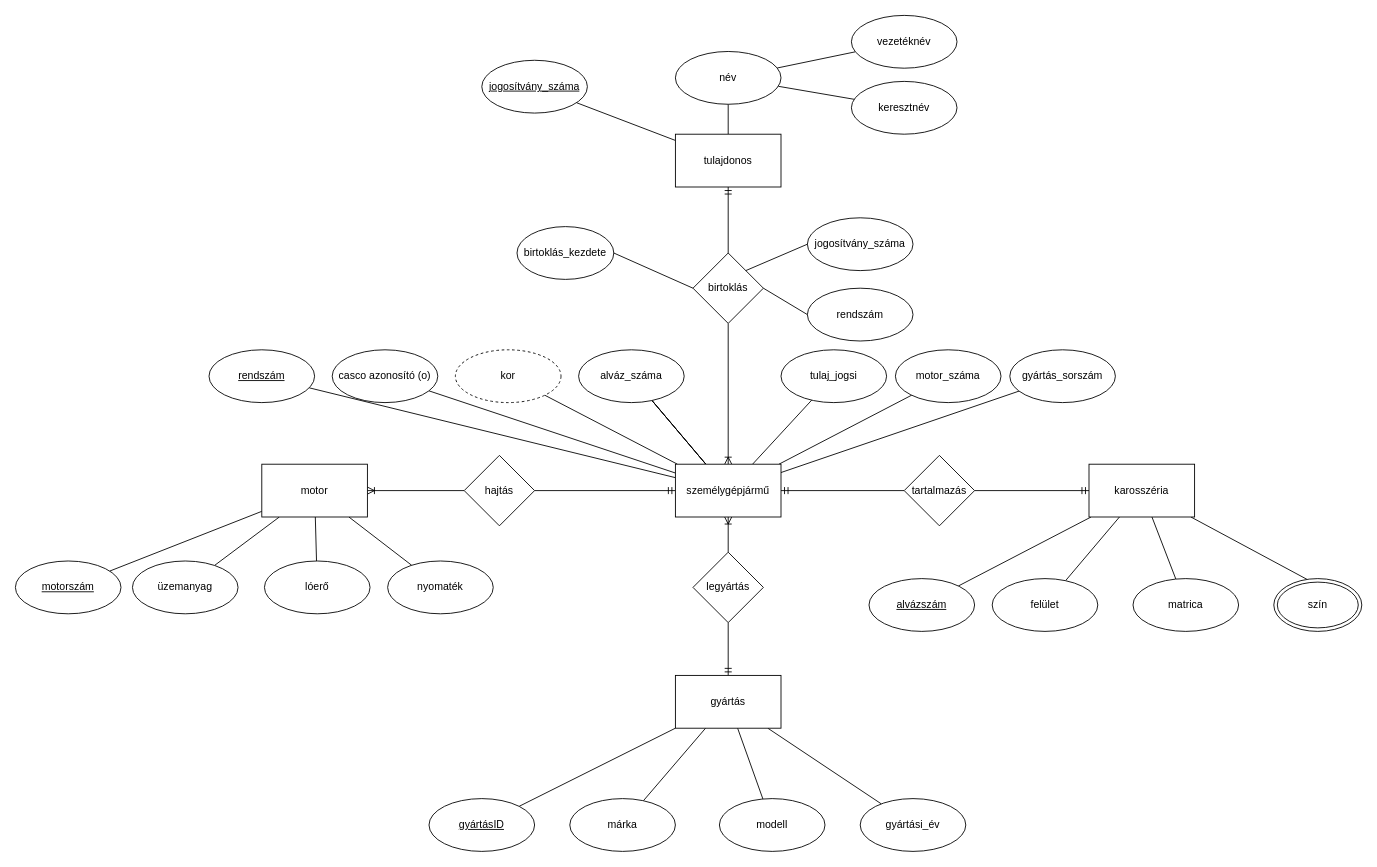
Before: XMLTaskIGRYHL/ERIGRYHL.drawio in SomodyMate/IGRYHL_XMLGyak, a draw.io diagram. Source tidied: cells renumbered, new cells numbered last; positions are measured from the earlier drawing's top-left corner, leaving out a move shared by most shapes. Both pictures are drawn from the tidied source at 88%, with x=0, y=0 at pixel (15, 15).
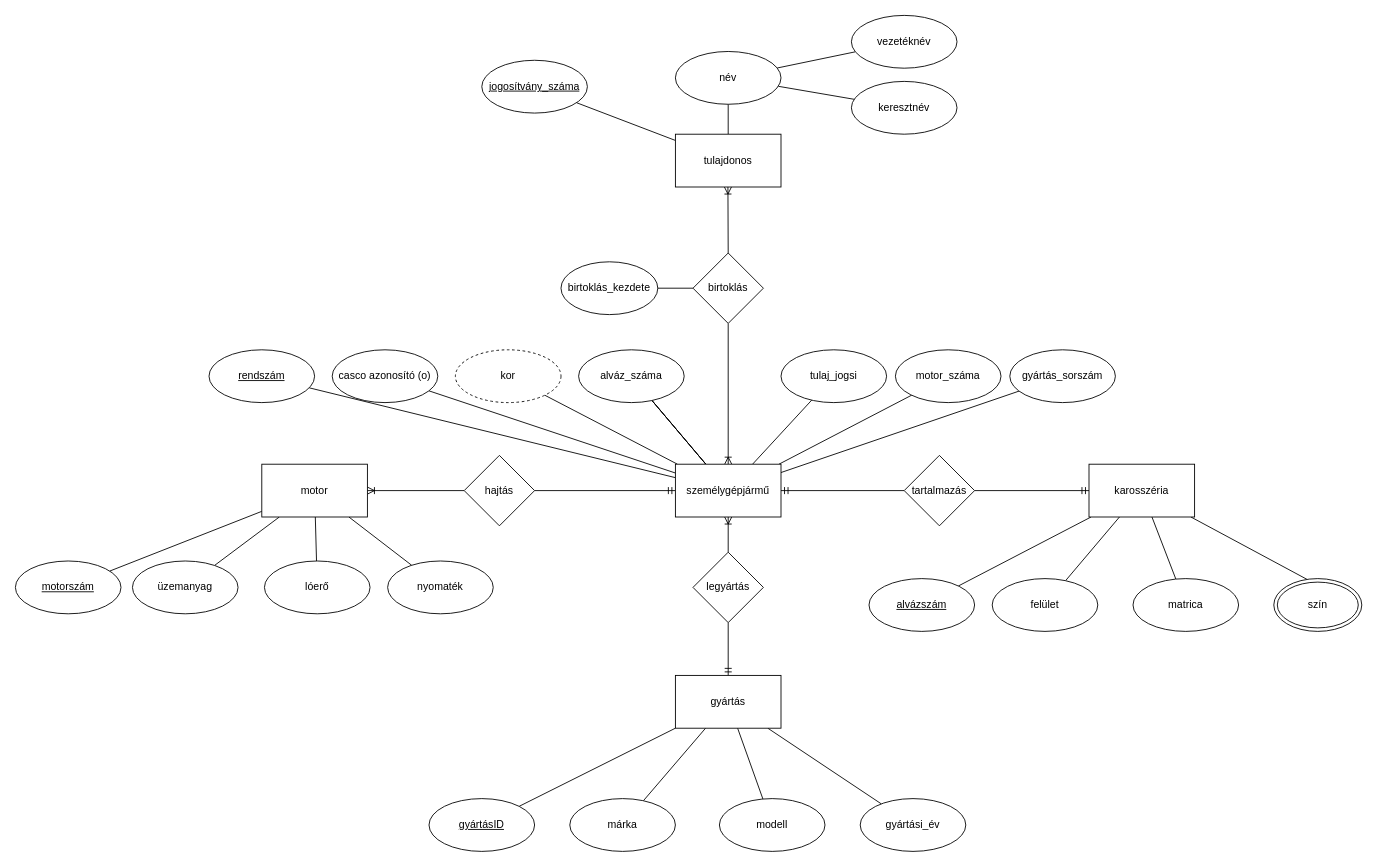
After the change.

The change refers to these unchanged cells:
```xml
<mxCell id="17" value="birtoklás" style="rhombus;whiteSpace=wrap;html=1;rounded=0;" parent="1" vertex="1">
  <mxGeometry x="770" y="270" width="80" height="80" as="geometry" />
</mxCell>
<mxCell id="20" value="tulajdonos" style="whiteSpace=wrap;html=1;rounded=0;" parent="1" vertex="1">
  <mxGeometry x="750" y="135" width="120" height="60" as="geometry" />
</mxCell>
```

Diff of the diagram source:
```diff
@@
-    <mxCell id="16" style="edgeStyle=orthogonalEdgeStyle;rounded=0;jettySize=auto;html=1;endArrow=ERmandOne;endFill=0;exitX=0.5;exitY=0;exitDx=0;exitDy=0;" parent="1" edge="1" source="17" target="20">
-      <mxGeometry relative="1" as="geometry" />
-    </mxCell>
@@
     <mxCell id="67" value="birtoklás_kezdete" style="ellipse;whiteSpace=wrap;html=1;rounded=0;" parent="1" vertex="1">
-      <mxGeometry x="570" y="240" width="110" height="60" as="geometry" />
+      <mxGeometry x="620" y="280" width="110" height="60" as="geometry" />
     </mxCell>
@@
-    <mxCell id="69" value="rendszám" style="ellipse;whiteSpace=wrap;html=1;rounded=0;fontStyle=0;" parent="1" vertex="1">
-      <mxGeometry x="900" y="310" width="120" height="60" as="geometry" />
-    </mxCell>
-    <mxCell id="70" style="endArrow=none;html=1;rounded=0;entryX=0;entryY=0.5;entryDx=0;entryDy=0;exitX=1;exitY=0.5;exitDx=0;exitDy=0;" parent="1" edge="1" source="17" target="69">
-      <mxGeometry relative="1" as="geometry" />
-    </mxCell>
-    <mxCell id="71" value="jogosítvány_száma" style="ellipse;whiteSpace=wrap;html=1;rounded=0;fontStyle=0;" parent="1" vertex="1">
-      <mxGeometry x="900" y="230" width="120" height="60" as="geometry" />
-    </mxCell>
-    <mxCell id="72" style="endArrow=none;html=1;rounded=0;entryX=0;entryY=0.5;entryDx=0;entryDy=0;exitX=1;exitY=0;exitDx=0;exitDy=0;" parent="1" edge="1" source="17" target="71">
-      <mxGeometry relative="1" as="geometry" />
-    </mxCell>
+    <mxCell id="73" style="rounded=0;orthogonalLoop=1;jettySize=auto;html=1;endArrow=none;endFill=0;startArrow=ERoneToMany;startFill=0;" parent="1" edge="1">
+      <mxGeometry relative="1" as="geometry">
+        <mxPoint x="809.7" y="195" as="sourcePoint" />
+        <mxPoint x="810" y="270" as="targetPoint" />
+      </mxGeometry>
+    </mxCell>
```
